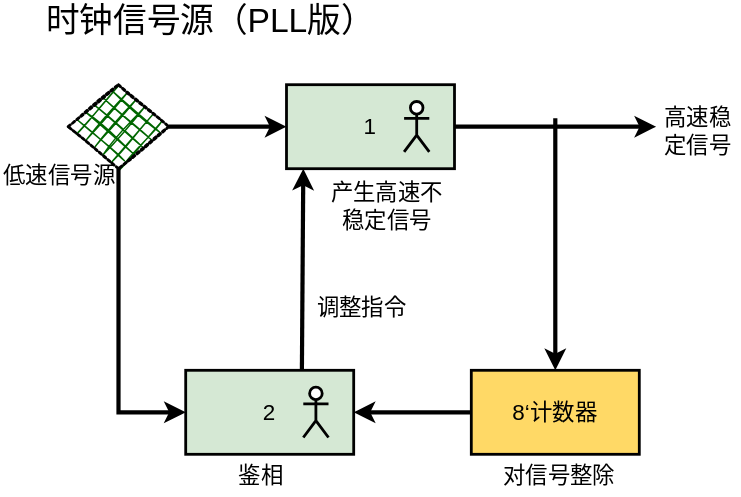
Earlier version of the draw.io export humanmachine/clock.drawio.svg (Raspberry-NQ/human-8bit-CPU). Source tidied: cells renumbered, new cells last; positions are measured from the earlier drawing's top-left corner, leaving out a move shared by most shapes.
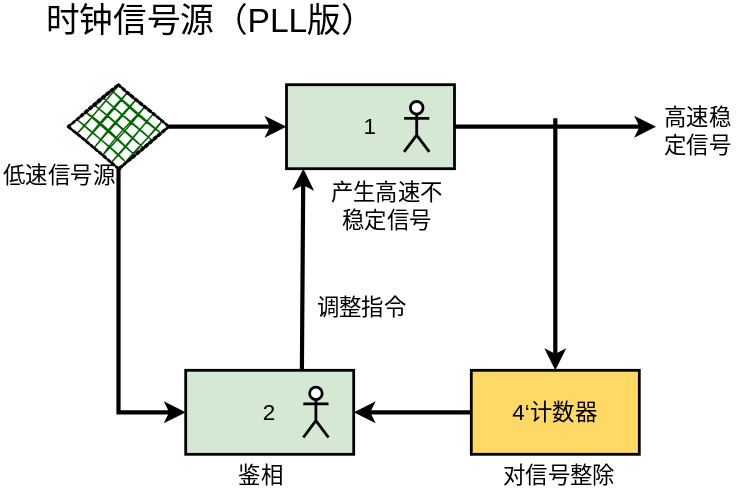
Later version of the same file.

What changed in the source:
```diff
@@ -36,7 +36,7 @@
         <mxPoint x="396" y="264" as="targetPoint" />
       </mxGeometry>
     </mxCell>
-    <mxCell id="11" value="8‘计数器" style="rounded=0;whiteSpace=wrap;html=1;fillStyle=auto;fontSize=16;strokeWidth=2;fillColor=#FFD966;" parent="1" vertex="1">
+    <mxCell id="11" value="4‘计数器" style="rounded=0;whiteSpace=wrap;html=1;fillStyle=auto;fontSize=16;strokeWidth=2;fillColor=#FFD966;" parent="1" vertex="1">
       <mxGeometry x="336" y="264" width="120" height="60" as="geometry" />
     </mxCell>
     <mxCell id="12" value="2" style="rounded=0;whiteSpace=wrap;html=1;fillStyle=auto;fontSize=16;strokeWidth=2;fillColor=#D5E8D4;" parent="1" vertex="1">
```
